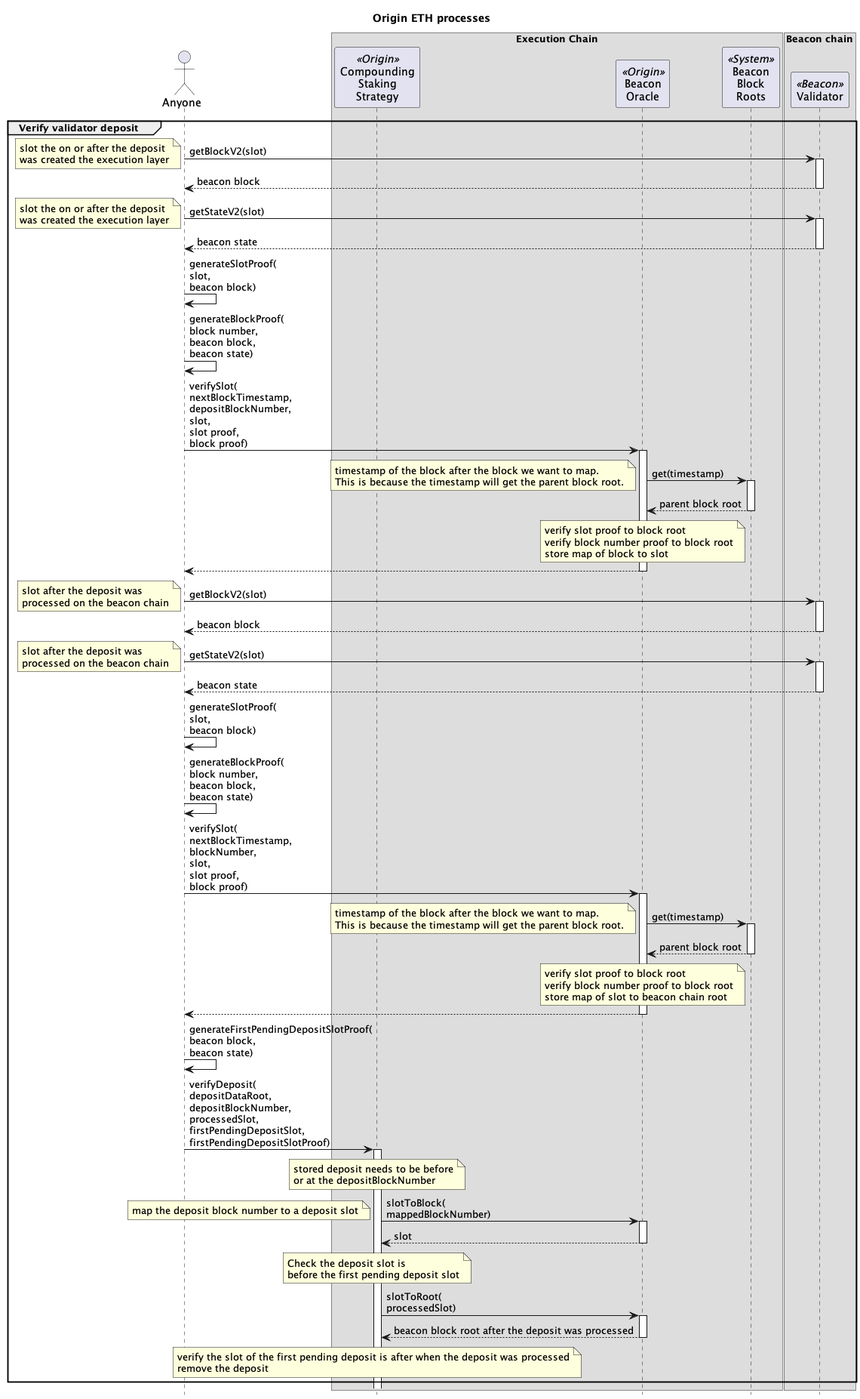
The PlantUML diagram contracts/docs/plantuml/oethProcesses-verify-deposit.png in OriginProtocol/origin-dollar, before a commit.
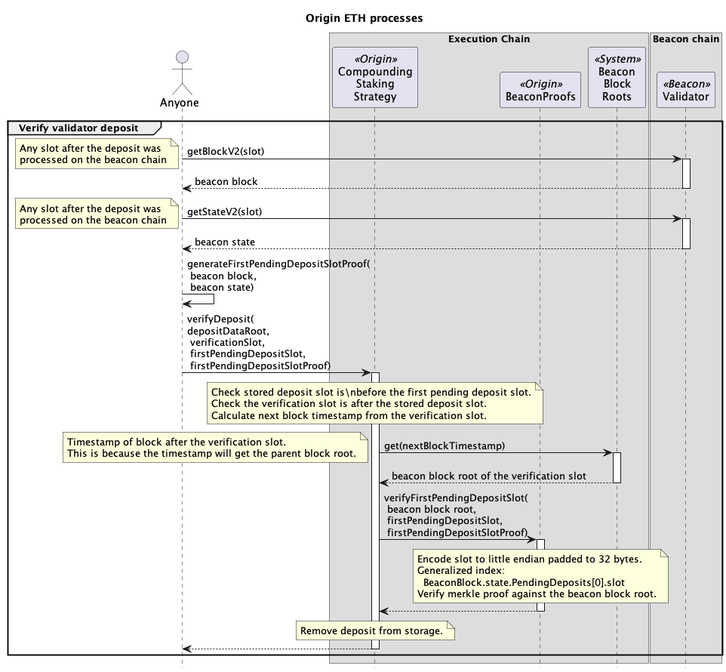
Later version of the same file.

Diff of the diagram source:
```diff
@@ -9,7 +9,7 @@
 
 box "Execution Chain"
 participant "Compounding\nStaking\nStrategy" as compStrat <<Origin>>
-participant "Beacon\nOracle" as bo <<Origin>>
+participant "BeaconProofs" as proofs <<Origin>>
 participant "Beacon\nBlock\nRoots" as roots <<System>>
 end box
 
@@ -74,93 +74,52 @@
 
 
 
-
-
-
-
-
 group Verify validator deposit
 
 sender -> val : getBlockV2(slot)
-note left : slot the on or after the deposit\nwas created the execution layer
+note left : Any slot after the deposit was\nprocessed on the beacon chain
 activate val
 return beacon block
 
 sender -> val : getStateV2(slot)
-note left : slot the on or after the deposit\nwas created the execution layer
+note left : Any slot after the deposit was\nprocessed on the beacon chain
 activate val
 return beacon state
 
-sender -> sender : generateSlotProof(\nslot,\nbeacon block)
-sender -> sender : generateBlockProof(\nblock number,\nbeacon block,\nbeacon state)
+sender -> sender : generateFirstPendingDepositSlotProof(\n beacon block,\n beacon state)
 
-sender -> bo : verifySlot(\nnextBlockTimestamp,\ndepositBlockNumber,\nslot,\nslot proof,\nblock proof)
-activate bo
-bo -> roots : get(timestamp)
+sender -> compStrat : verifyDeposit(\ndepositDataRoot,\n verificationSlot,\n firstPendingDepositSlot,\n firstPendingDepositSlotProof)
+activate compStrat
+
+note over compStrat
+Check stored deposit slot is\nbefore the first pending deposit slot.
+Check the verification slot is after the stored deposit slot.
+Calculate next block timestamp from the verification slot.
+end note
+
+compStrat -> roots : get(nextBlockTimestamp)
 note left
-timestamp of the block after the block we want to map.
+Timestamp of block after the verification slot.
 This is because the timestamp will get the parent block root.
 end note
 activate roots
-return parent block root
-note over bo
-verify slot proof to block root
-verify block number proof to block root
-store map of block to slot
+return beacon block root of the verification slot
+
+compStrat -> proofs : verifyFirstPendingDepositSlot(\n beacon block root,\n firstPendingDepositSlot,\n firstPendingDepositSlotProof)
+activate proofs
+note over proofs
+Encode slot to little endian padded to 32 bytes.
+Generalized index:
+  BeaconBlock.state.PendingDeposits[0].slot
+Verify merkle proof against the beacon block root.
 end note
 return
 
-sender -> val : getBlockV2(slot)
-note left : slot after the deposit was\nprocessed on the beacon chain
-activate val
-return beacon block
+note over compStrat
+Remove deposit from storage.
+end note
 
-sender -> val : getStateV2(slot)
-note left : slot after the deposit was\nprocessed on the beacon chain
-activate val
-return beacon state
-
-sender -> sender : generateSlotProof(\nslot,\nbeacon block)
-sender -> sender : generateBlockProof(\nblock number,\nbeacon block,\nbeacon state)
-
-sender -> bo : verifySlot(\nnextBlockTimestamp,\nblockNumber,\nslot,\nslot proof,\nblock proof)
-activate bo
-bo -> roots : get(timestamp)
-note left
-timestamp of the block after the block we want to map.
-This is because the timestamp will get the parent block root.
-end note
-activate roots
-return parent block root
-note over bo
-verify slot proof to block root
-verify block number proof to block root
-store map of slot to beacon chain root
-end note
 return
-
-sender -> sender : generateFirstPendingDepositSlotProof(\nbeacon block,\nbeacon state)
-
-sender -> compStrat : verifyDeposit(\ndepositDataRoot,\ndepositBlockNumber,\nprocessedSlot,\nfirstPendingDepositSlot,\nfirstPendingDepositSlotProof)
-activate compStrat
-
-note over compStrat : stored deposit needs to be before\nor at the depositBlockNumber
-
-compStrat -> bo : slotToBlock(\nmappedBlockNumber)
-note left : map the deposit block number to a deposit slot
-activate bo
-return slot
-
-note over compStrat : Check the deposit slot is\nbefore the first pending deposit slot
-
-compStrat -> bo : slotToRoot(\nprocessedSlot)
-activate bo
-return beacon block root after the deposit was processed
-
-note over compStrat
-verify the slot of the first pending deposit is after when the deposit was processed
-remove the deposit
-end note
 
 end group
 
```
